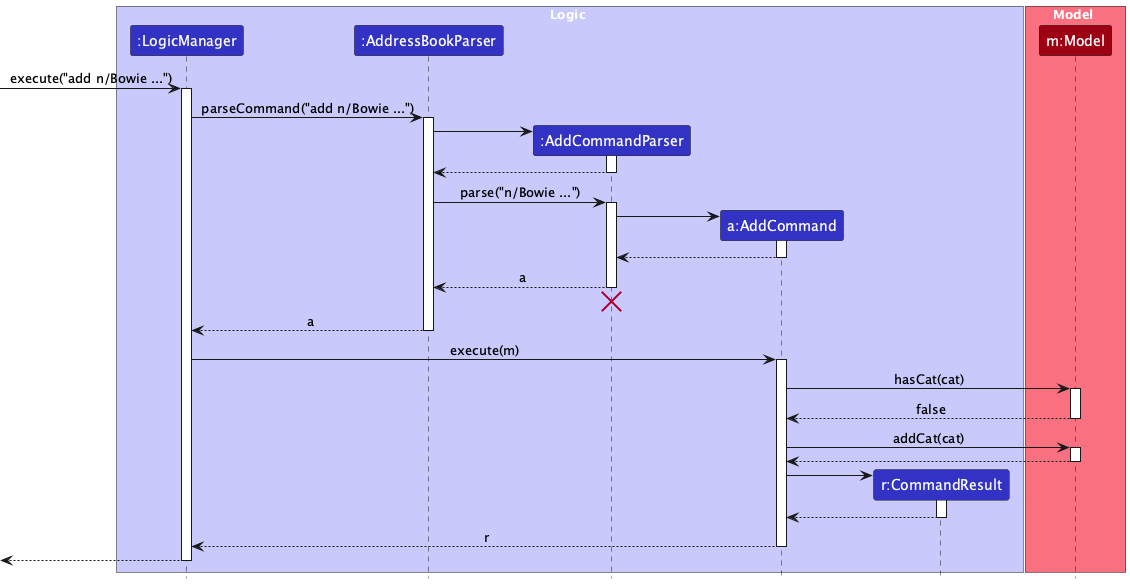
Earlier version of the PlantUML export docs/images/AddSequenceDiagram.png (Haofeng125/tp). Its diagram source:
```plantuml
@startuml
!include style.puml
skinparam ArrowFontStyle plain

box Logic LOGIC_COLOR_T1
participant ":LogicManager" as LogicManager LOGIC_COLOR
participant ":AddressBookParser" as AddressBookParser LOGIC_COLOR
participant ":AddCommandParser" as AddCommandParser LOGIC_COLOR
participant "a:AddCommand" as AddCommand LOGIC_COLOR
participant "r:CommandResult" as CommandResult LOGIC_COLOR
end box

box Model MODEL_COLOR_T1
participant "m:Model" as Model MODEL_COLOR
end box

[-> LogicManager : execute("add n/Bowie ...")
activate LogicManager

LogicManager -> AddressBookParser : parseCommand("add n/Bowie ...")
activate AddressBookParser

create AddCommandParser
AddressBookParser -> AddCommandParser
activate AddCommandParser

AddCommandParser --> AddressBookParser
deactivate AddCommandParser

AddressBookParser -> AddCommandParser : parse("n/Bowie ...")
activate AddCommandParser

create AddCommand
AddCommandParser -> AddCommand
activate AddCommand

AddCommand --> AddCommandParser :
deactivate AddCommand

AddCommandParser --> AddressBookParser : a
deactivate AddCommandParser
AddCommandParser -[hidden]-> AddressBookParser
destroy AddCommandParser

AddressBookParser --> LogicManager : a
deactivate AddressBookParser

LogicManager -> AddCommand : execute(m)
activate AddCommand

AddCommand -> Model : hasCat(cat)
activate Model

Model --> AddCommand : false
deactivate Model

AddCommand -> Model : addCat(cat)
activate Model

Model --> AddCommand
deactivate Model

create CommandResult
AddCommand -> CommandResult
activate CommandResult

CommandResult --> AddCommand
deactivate CommandResult

AddCommand --> LogicManager : r
deactivate AddCommand

[<--LogicManager
deactivate LogicManager
@enduml
```
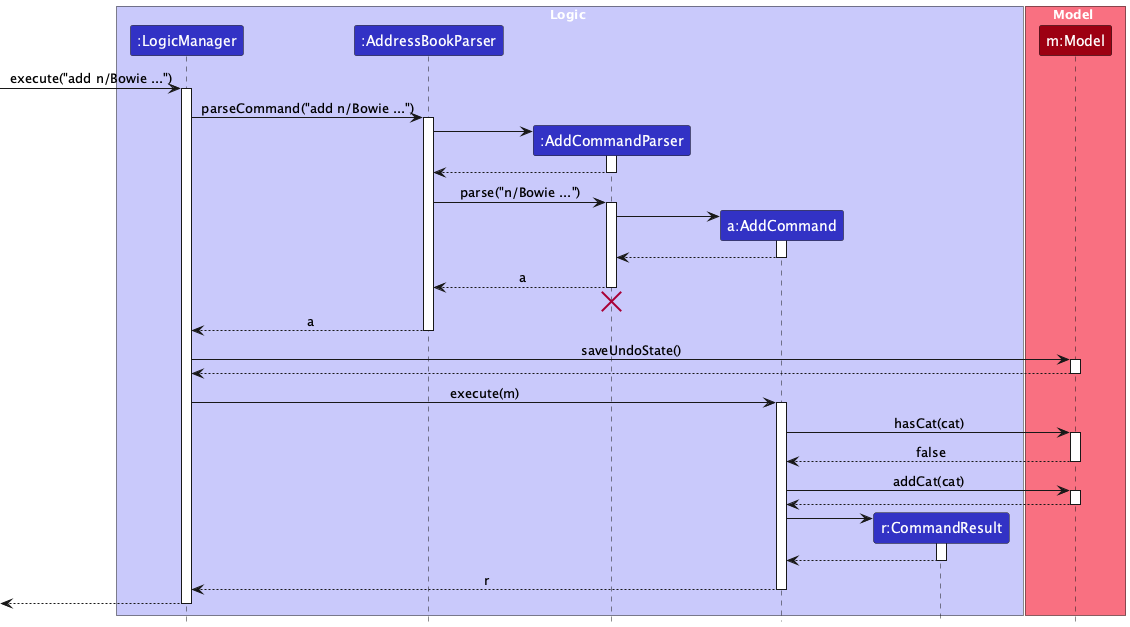
After the change.

Commit message:
Update UML diagrams and DG for add, update, and undo

The edit, as a diff of the source:
```diff
@@ -45,6 +45,12 @@
 AddressBookParser --> LogicManager : a
 deactivate AddressBookParser
 
+LogicManager -> Model : saveUndoState()
+activate Model
+
+Model --> LogicManager
+deactivate Model
+
 LogicManager -> AddCommand : execute(m)
 activate AddCommand
 
```
